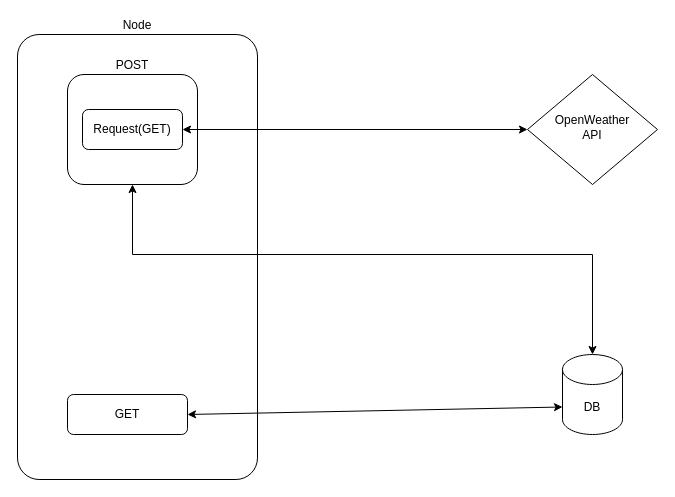
Above: Architecture diagram (Weather api node).drawio in VemulaPaavanaSaiKumar18/weather-data-express-mongodb (draw.io), before the change. Source tidied: cells renumbered, new cells numbered last; positions are measured from the earlier drawing's top-left corner, leaving out a move shared by most shapes. Both pictures are drawn from the tidied source at 100%, with x=0, y=0 at pixel (17, 34).
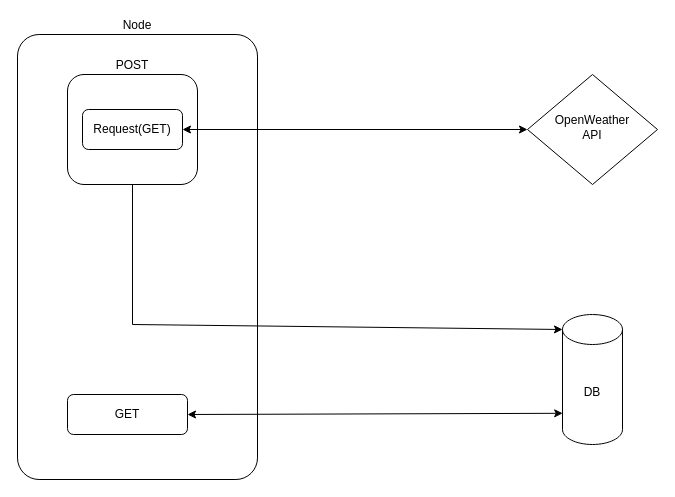
Above is the later version.

Commit message (it also covers changes not shown here):
weather api with node js express

Diff of the diagram source:
```diff
@@
 <mxGraphModel>
   <root>
     <mxCell id="0" />
     <mxCell id="1" parent="0" />
     <mxCell id="2" value="Node" style="rounded=1;whiteSpace=wrap;html=1;fontSize=12;glass=0;strokeWidth=1;shadow=0;arcSize=9;labelPosition=center;verticalLabelPosition=top;align=center;verticalAlign=bottom;" parent="1" vertex="1">
       <mxGeometry width="240" height="445" as="geometry" />
     </mxCell>
     <mxCell id="3" value="OpenWeather&lt;br&gt;API" style="rhombus;whiteSpace=wrap;html=1;shadow=0;fontFamily=Helvetica;fontSize=12;align=center;strokeWidth=1;spacing=6;spacingTop=-4;" parent="1" vertex="1">
       <mxGeometry x="510" y="40" width="130" height="110" as="geometry" />
     </mxCell>
     <mxCell id="4" value="POST" style="rounded=1;whiteSpace=wrap;html=1;fontSize=12;glass=0;strokeWidth=1;shadow=0;labelPosition=center;verticalLabelPosition=top;align=center;verticalAlign=bottom;" parent="1" vertex="1">
       <mxGeometry x="50" y="40" width="130" height="110" as="geometry" />
     </mxCell>
     <mxCell id="5" value="DB" style="shape=cylinder3;whiteSpace=wrap;html=1;boundedLbl=1;backgroundOutline=1;size=15;" parent="1" vertex="1">
-      <mxGeometry x="545" y="320" width="60" height="80" as="geometry" />
+      <mxGeometry x="545" y="280" width="60" height="130" as="geometry" />
     </mxCell>
     <mxCell id="6" style="endArrow=classic;startArrow=classic;html=1;rounded=0;entryX=0;entryY=0.5;entryDx=0;entryDy=0;exitX=1;exitY=0.5;exitDx=0;exitDy=0;" parent="1" edge="1" source="10" target="3">
       <mxGeometry relative="1" as="geometry" />
     </mxCell>
-    <mxCell id="7" style="endArrow=classic;startArrow=classic;html=1;rounded=0;entryX=0.5;entryY=0;entryDx=0;entryDy=0;exitX=0.5;exitY=1;exitDx=0;exitDy=0;entryPerimeter=0;" parent="1" edge="1" source="4" target="5">
-      <mxGeometry relative="1" as="geometry">
-        <Array as="points">
-          <mxPoint x="115" y="220" />
-          <mxPoint x="575" y="220" />
-        </Array>
-      </mxGeometry>
-    </mxCell>
     <mxCell id="8" value="GET" style="rounded=1;whiteSpace=wrap;html=1;fontSize=12;glass=0;strokeWidth=1;shadow=0;" parent="1" vertex="1">
       <mxGeometry x="50" y="360" width="120" height="40" as="geometry" />
     </mxCell>
-    <mxCell id="9" style="endArrow=classic;startArrow=classic;html=1;rounded=0;entryX=0;entryY=0;entryDx=0;entryDy=52.5;exitX=1;exitY=0.5;exitDx=0;exitDy=0;entryPerimeter=0;" parent="1" edge="1" source="8" target="5">
+    <mxCell id="9" style="endArrow=classic;startArrow=classic;html=1;rounded=0;entryX=0.003;entryY=0.76;entryDx=0;entryDy=0;exitX=1;exitY=0.5;exitDx=0;exitDy=0;entryPerimeter=0;" parent="1" edge="1" source="8" target="5">
       <mxGeometry relative="1" as="geometry" />
     </mxCell>
     <mxCell id="10" value="Request(GET)" style="rounded=1;whiteSpace=wrap;html=1;fontSize=12;glass=0;strokeWidth=1;shadow=0;" parent="1" vertex="1">
       <mxGeometry x="65" y="75" width="100" height="40" as="geometry" />
     </mxCell>
+    <mxCell id="7" style="endArrow=classic;html=1;rounded=0;entryX=0;entryY=0;entryDx=0;entryDy=15;entryPerimeter=0;exitX=0.5;exitY=1;exitDx=0;exitDy=0;" parent="1" edge="1" source="4" target="5">
+      <mxGeometry relative="1" as="geometry">
+        <Array as="points">
+          <mxPoint x="115" y="290" />
+        </Array>
+      </mxGeometry>
+    </mxCell>
   </root>
 </mxGraphModel>
```
